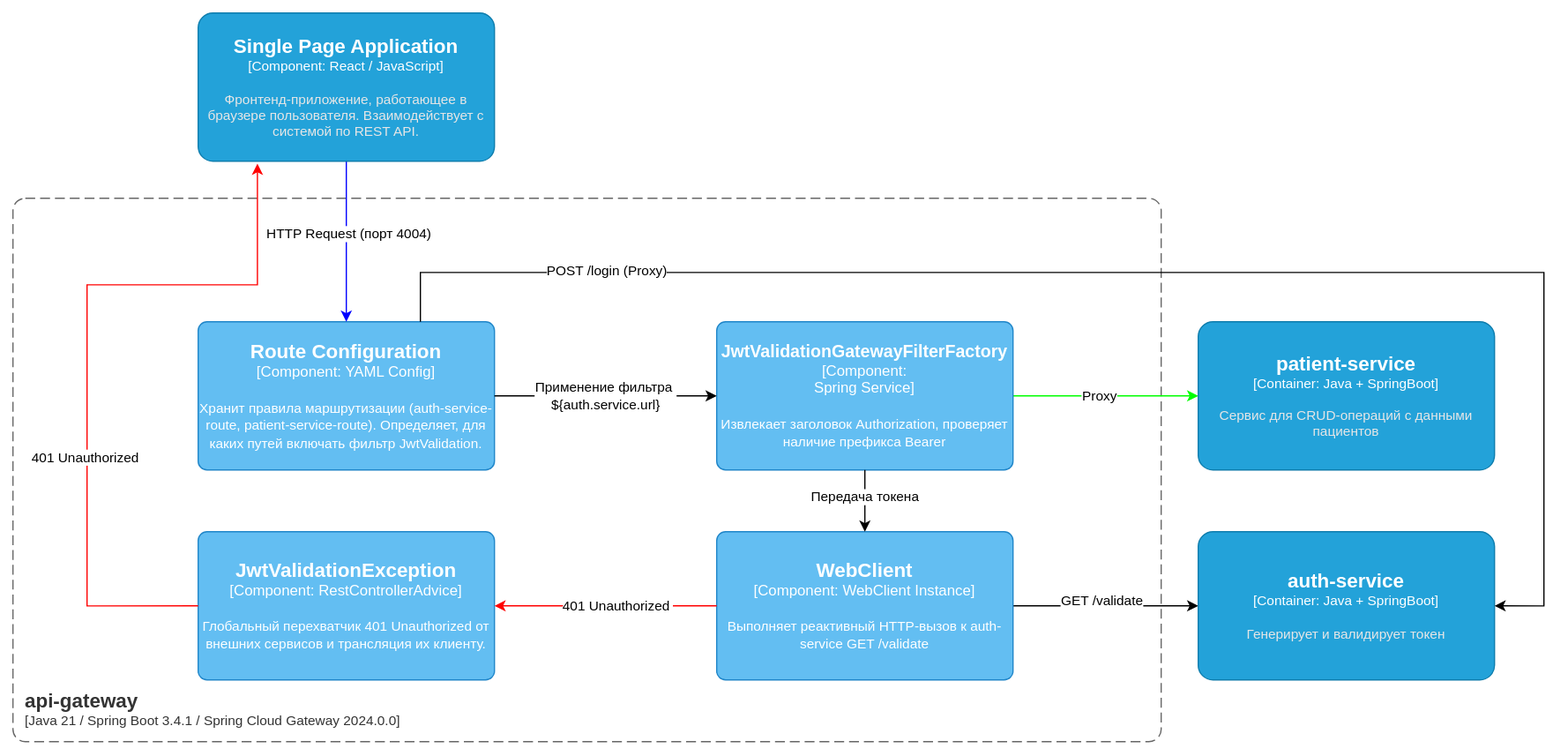
Earlier version of the draw.io export Docs/As is/Diagrams/APIGatewayC4.svg (ni1a207/Healthcare-System). Source tidied: cells renumbered, new cells last; positions are measured from the earlier drawing's top-left corner, leaving out a move shared by most shapes.
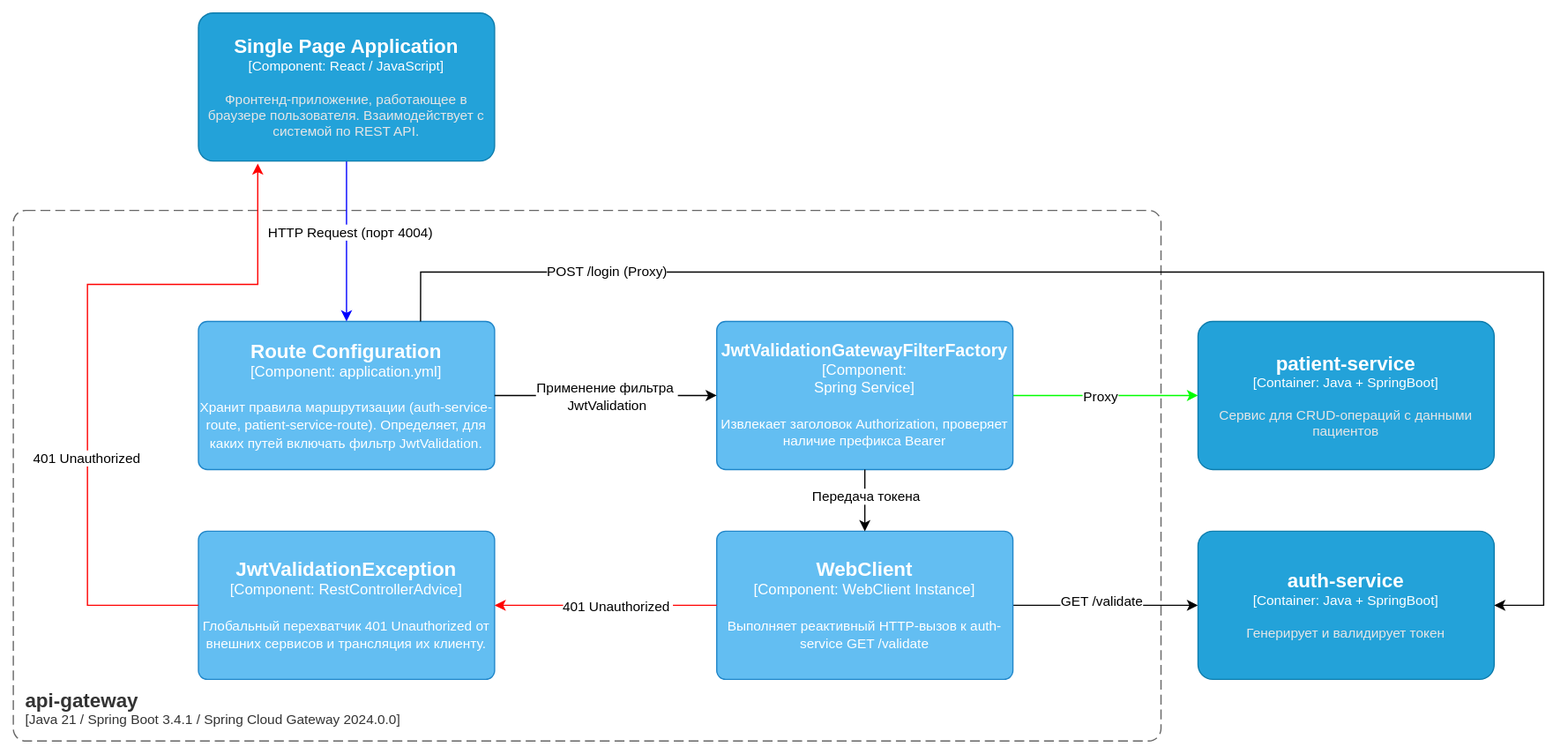
After the change.

The edit, as a diff of the source:
```diff
@@ -4,10 +4,10 @@
     <mxCell id="1" parent="0" />
     <object id="2" label="&lt;font style=&quot;font-size: 16px&quot;&gt;&lt;b&gt;&lt;div style=&quot;text-align: left&quot;&gt;%c4Name%&lt;/div&gt;&lt;/b&gt;&lt;/font&gt;&lt;div style=&quot;text-align: left&quot;&gt;[%c4Application%]&lt;/div&gt;" c4Application="Java 21 / Spring Boot 3.4.1 / Spring Cloud Gateway 2024.0.0" c4Name="api-gateway" c4Type="ContainerScopeBoundary" placeholders="1">
       <mxCell style="rounded=1;fontSize=11;whiteSpace=wrap;html=1;dashed=1;arcSize=20;fillColor=none;strokeColor=#666666;fontColor=#333333;labelBackgroundColor=none;align=left;verticalAlign=bottom;labelBorderColor=none;spacingTop=0;spacing=10;dashPattern=8 4;perimeter=rectanglePerimeter;noLabel=0;labelPadding=0;absoluteArcSize=1;" parent="1" vertex="1">
-        <mxGeometry y="150" width="930" height="440" as="geometry" />
+        <mxGeometry y="160" width="930" height="430" as="geometry" />
       </mxCell>
     </object>
-    <object id="3" label="&lt;font style=&quot;font-size: 16px&quot;&gt;&lt;b&gt;%c4Name%&lt;/b&gt;&lt;/font&gt;&lt;div&gt;[%c4Type%: %c4Technology%]&lt;/div&gt;&lt;br&gt;&lt;div&gt;&lt;font style=&quot;font-size: 11px&quot;&gt;%c4Description%&lt;/font&gt;&lt;/div&gt;" c4Description="Хранит правила маршрутизации (auth-service-route, patient-service-route). Определяет, для каких путей включать фильтр JwtValidation." c4Name="Route Configuration" c4Technology="YAML Config" c4Type="Component" placeholders="1">
+    <object id="3" label="&lt;font style=&quot;font-size: 16px&quot;&gt;&lt;b&gt;%c4Name%&lt;/b&gt;&lt;/font&gt;&lt;div&gt;[%c4Type%: %c4Technology%]&lt;/div&gt;&lt;br&gt;&lt;div&gt;&lt;font style=&quot;font-size: 11px&quot;&gt;%c4Description%&lt;/font&gt;&lt;/div&gt;" c4Description="Хранит правила маршрутизации (auth-service-route, patient-service-route). Определяет, для каких путей включать фильтр JwtValidation." c4Name="Route Configuration" c4Technology="application.yml" c4Type="Component" placeholders="1">
       <mxCell style="rounded=1;whiteSpace=wrap;html=1;labelBackgroundColor=none;fillColor=#63BEF2;fontColor=#ffffff;align=center;arcSize=6;strokeColor=#2086C9;points=[[0.25,0,0],[0.5,0,0],[0.75,0,0],[1,0.25,0],[1,0.5,0],[1,0.75,0],[0.75,1,0],[0.5,1,0],[0.25,1,0],[0,0.75,0],[0,0.5,0],[0,0.25,0]];" parent="1" vertex="1">
         <mxGeometry x="150" y="250" width="240" height="120" as="geometry" />
       </mxCell>
@@ -57,7 +57,7 @@
     <mxCell id="14" style="edgeStyle=orthogonalEdgeStyle;rounded=0;jettySize=auto;html=1;entryX=0;entryY=0.5;entryDx=0;entryDy=0;entryPerimeter=0;" parent="1" edge="1" source="3" target="6">
       <mxGeometry relative="1" as="geometry" />
     </mxCell>
-    <mxCell id="15" value="Применение фильтра&amp;nbsp;&lt;div&gt;${auth.service.url}&lt;/div&gt;" style="edgeLabel;html=1;align=center;verticalAlign=middle;" parent="14" vertex="1">
+    <mxCell id="15" value="Применение фильтра&amp;nbsp;&lt;div&gt;JwtValidation&lt;/div&gt;" style="edgeLabel;html=1;align=center;verticalAlign=middle;" parent="14" vertex="1">
       <mxGeometry x="0.11" y="-3" relative="1" as="geometry">
         <mxPoint x="-10" y="-3" as="offset" />
       </mxGeometry>
```
